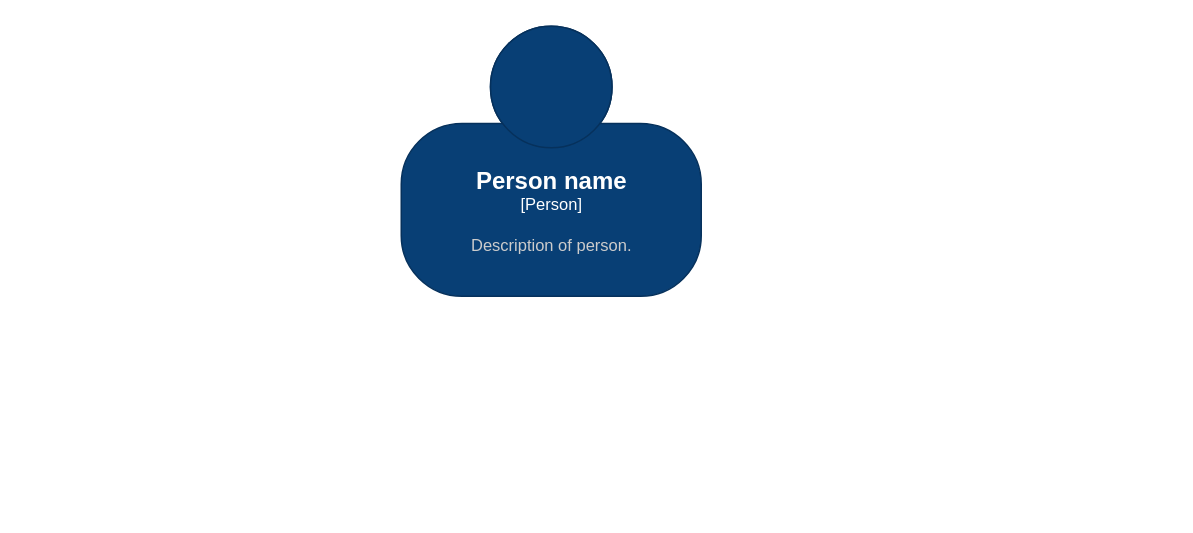
Earlier version of the draw.io diagram coo_tex_C4.drawio (hiramaralIA/modeloC4). Source tidied: cells renumbered, new cells numbered last; positions are measured from the earlier drawing's top-left corner, leaving out a move shared by most shapes. Both pictures are drawn from the tidied source at 150%, with x=0, y=0 at pixel (400, 26).
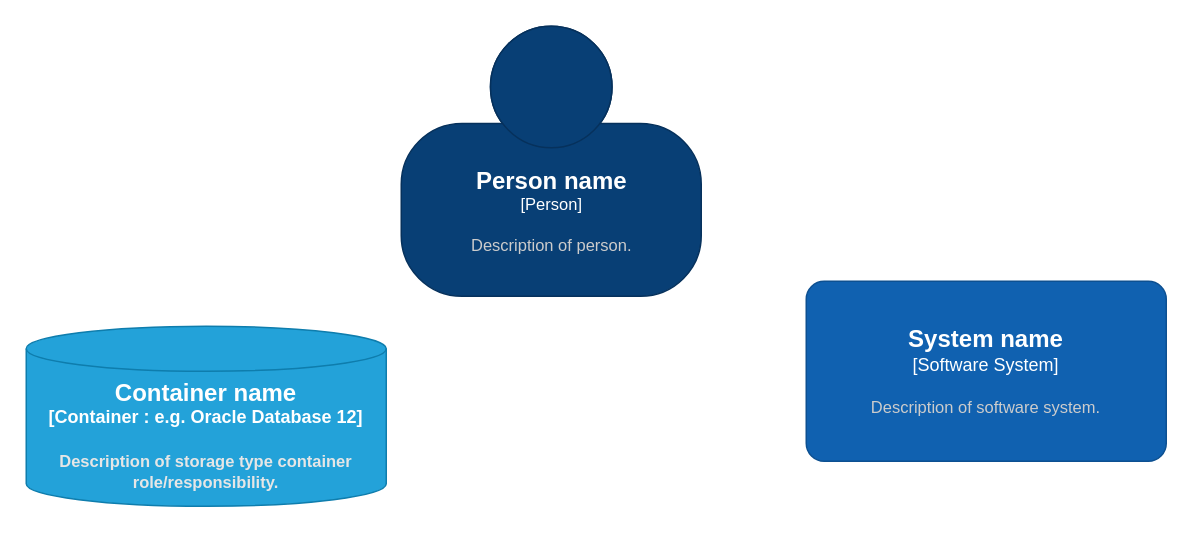
After the change.

Diff of the diagram source:
```diff
@@
 <mxGraphModel>
   <root>
     <mxCell id="0" />
     <mxCell id="1" parent="0" />
     <object id="2" label="&lt;font style=&quot;font-size: 16px&quot;&gt;&lt;b&gt;%c4Name%&lt;/b&gt;&lt;/font&gt;&lt;div&gt;[%c4Type%]&lt;/div&gt;&lt;br&gt;&lt;div&gt;&lt;font style=&quot;font-size: 11px&quot;&gt;&lt;font color=&quot;#cccccc&quot;&gt;%c4Description%&lt;/font&gt;&lt;/div&gt;" c4Description="Description of person." c4Name="Person name" c4Type="Person" placeholders="1">
       <mxCell style="html=1;fontSize=11;dashed=0;whitespace=wrap;fillColor=#083F75;strokeColor=#06315C;fontColor=#ffffff;shape=mxgraph.c4.person2;align=center;" parent="1" vertex="1">
         <mxGeometry width="200" height="180" as="geometry" />
       </mxCell>
     </object>
+    <object id="3" label="&lt;font style=&quot;font-size: 16px&quot;&gt;&lt;b&gt;%c4Type%&lt;/font&gt;&lt;div&gt;[%c4Container%:&amp;nbsp;%c4Technology%]&lt;/div&gt;&lt;br&gt;&lt;div&gt;&lt;font style=&quot;font-size: 11px&quot;&gt;&lt;font color=&quot;#E6E6E6&quot;&gt;%c4Description%&lt;/font&gt;&lt;/div&gt;" c4Container="Container " c4Description="Description of storage type container role/responsibility." c4Technology="e.g. Oracle Database 12" c4Type="Container name" placeholders="1">
+      <mxCell style="shape=cylinder3;size=15;whiteSpace=wrap;html=1;boundedLbl=1;rounded=0;labelBackgroundColor=none;fillColor=#23A2D9;fontSize=12;fontColor=#ffffff;align=center;strokeColor=#0E7DAD;" parent="1" vertex="1">
+        <mxGeometry x="-250" y="200" width="240" height="120" as="geometry" />
+      </mxCell>
+    </object>
+    <object id="4" label="&lt;font style=&quot;font-size: 16px&quot;&gt;&lt;b&gt;%c4Name%&lt;/b&gt;&lt;/font&gt;&lt;div&gt;[%c4Type%]&lt;/div&gt;&lt;br&gt;&lt;div&gt;&lt;font style=&quot;font-size: 11px&quot;&gt;&lt;font color=&quot;#cccccc&quot;&gt;%c4Description%&lt;/font&gt;&lt;/div&gt;" c4Description="Description of software system." c4Name="System name" c4Type="Software System" placeholders="1">
+      <mxCell style="rounded=1;whiteSpace=wrap;html=1;labelBackgroundColor=none;fillColor=#1061B0;fontColor=#ffffff;align=center;arcSize=10;strokeColor=#0D5091;" parent="1" vertex="1">
+        <mxGeometry x="270" y="170" width="240" height="120" as="geometry" />
+      </mxCell>
+    </object>
   </root>
 </mxGraphModel>
```
